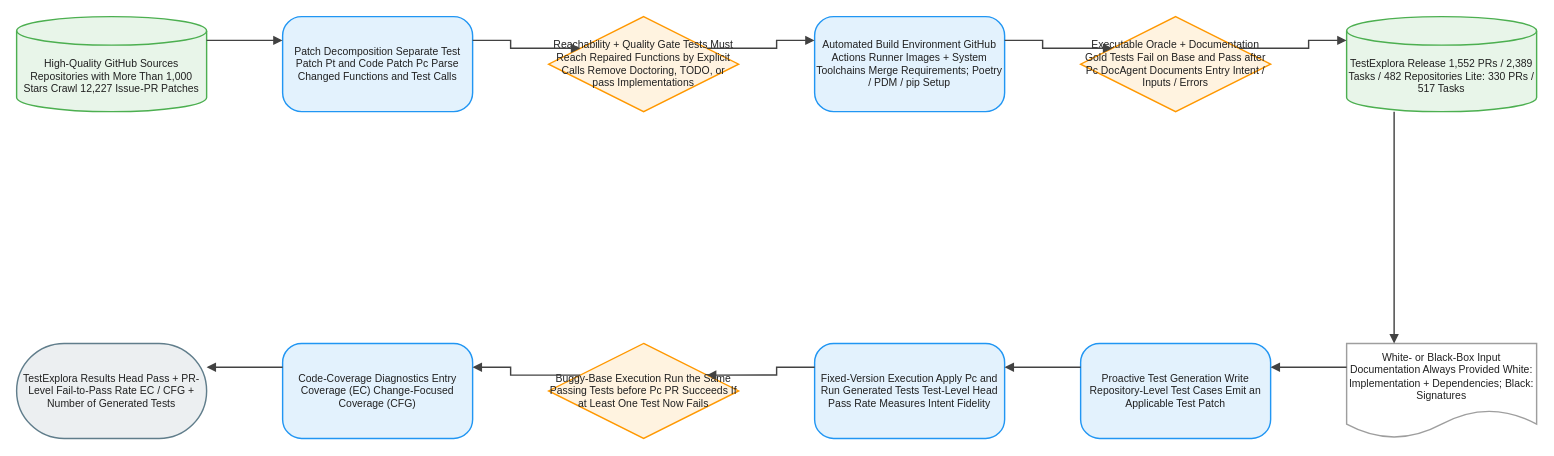
The draw.io diagram client/public/drawio/TestExplora/TestExplora.en.drawio in joe1chief/benchmark-hub, before the edit. Source tidied: cells renumbered, new cells numbered last; positions are measured from the earlier drawing's top-left corner, leaving out a move shared by most shapes. Both pictures are drawn from the tidied source at 95%, with x=0, y=0 at pixel (16, 16).
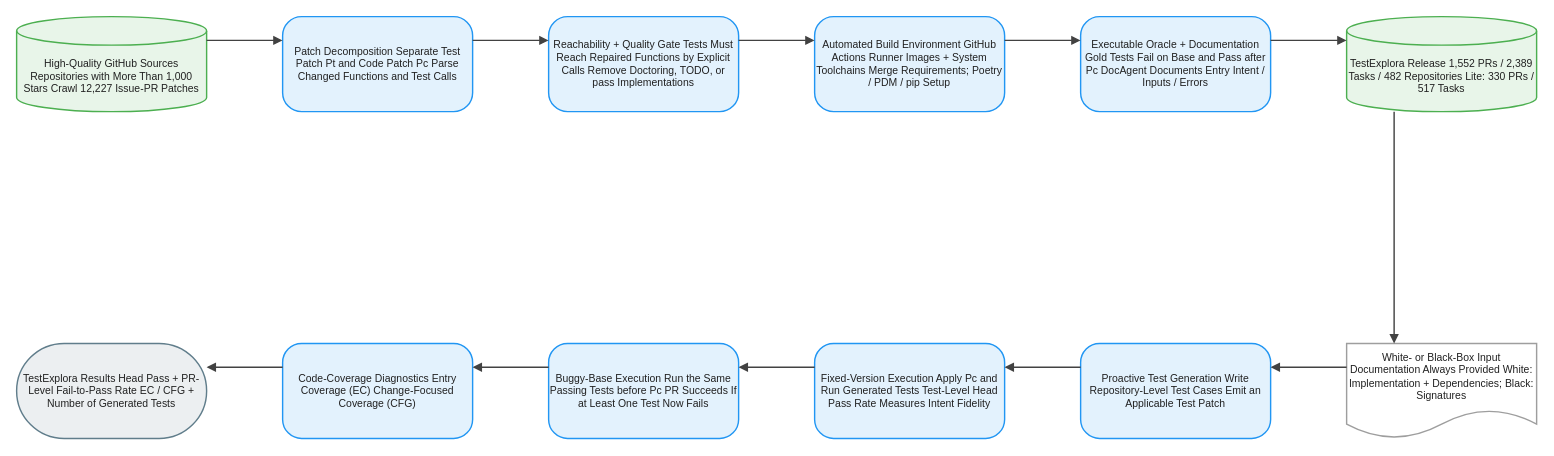
Above is the later version.

Diff of the diagram source:
```diff
@@
-    <mxCell id="4" value="Reachability + Quality Gate Tests Must Reach Repaired Functions by Explicit Calls Remove Doctoring, TODO, or pass Implementations" style="rhombus;html=1;whiteSpace=wrap;fillColor=#FFF3E0;strokeColor=#FF9800;strokeWidth=1.5;fontColor=#212121;fontSize=11;fontFamily=Arial, Helvetica, sans-serif;verticalAlign=middle;align=center;" parent="1" vertex="1">
+    <mxCell id="4" value="Reachability + Quality Gate Tests Must Reach Repaired Functions by Explicit Calls Remove Doctoring, TODO, or pass Implementations" style="rounded=1;arcSize=20;html=1;whiteSpace=wrap;fillColor=#E3F2FD;strokeColor=#2196F3;strokeWidth=1.5;fontColor=#212121;fontSize=11;fontFamily=Arial, Helvetica, sans-serif;verticalAlign=middle;align=center;" parent="1" vertex="1">
       <mxGeometry x="560" width="200" height="100" as="geometry" />
     </mxCell>
@@
-    <mxCell id="6" value="Executable Oracle + Documentation Gold Tests Fail on Base and Pass after Pc DocAgent Documents Entry Intent / Inputs / Errors" style="rhombus;html=1;whiteSpace=wrap;fillColor=#FFF3E0;strokeColor=#FF9800;strokeWidth=1.5;fontColor=#212121;fontSize=11;fontFamily=Arial, Helvetica, sans-serif;verticalAlign=middle;align=center;" parent="1" vertex="1">
+    <mxCell id="6" value="Executable Oracle + Documentation Gold Tests Fail on Base and Pass after Pc DocAgent Documents Entry Intent / Inputs / Errors" style="rounded=1;arcSize=20;html=1;whiteSpace=wrap;fillColor=#E3F2FD;strokeColor=#2196F3;strokeWidth=1.5;fontColor=#212121;fontSize=11;fontFamily=Arial, Helvetica, sans-serif;verticalAlign=middle;align=center;" parent="1" vertex="1">
       <mxGeometry x="1120" width="200" height="100" as="geometry" />
     </mxCell>
@@
-    <mxCell id="11" value="Buggy-Base Execution Run the Same Passing Tests before Pc PR Succeeds If at Least One Test Now Fails" style="rhombus;html=1;whiteSpace=wrap;fillColor=#FFF3E0;strokeColor=#FF9800;strokeWidth=1.5;fontColor=#212121;fontSize=11;fontFamily=Arial, Helvetica, sans-serif;verticalAlign=middle;align=center;" parent="1" vertex="1">
+    <mxCell id="11" value="Buggy-Base Execution Run the Same Passing Tests before Pc PR Succeeds If at Least One Test Now Fails" style="rounded=1;arcSize=20;html=1;whiteSpace=wrap;fillColor=#E3F2FD;strokeColor=#2196F3;strokeWidth=1.5;fontColor=#212121;fontSize=11;fontFamily=Arial, Helvetica, sans-serif;verticalAlign=middle;align=center;" parent="1" vertex="1">
       <mxGeometry x="560" y="344" width="200" height="100" as="geometry" />
     </mxCell>
```
